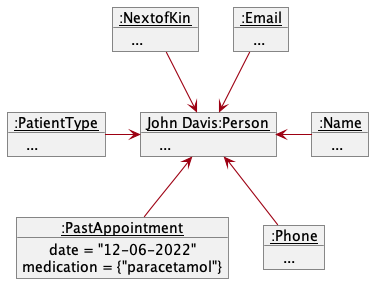
Before: docs/images/AppointmentObjectDiagramWithPastAppt.png, a diagram exported from PlantUML (nus-cs2103-AY2223S1/tp).
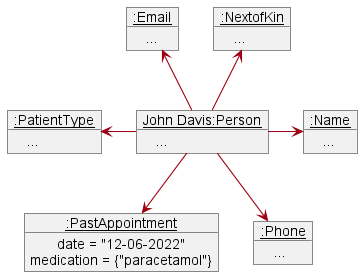
The same file after the commit.

The edit, as a diff of the source:
```diff
@@ -25,10 +25,10 @@
 PastAppointment : date = "12-06-2022"
 PastAppointment : medication = {"paracetamol"}
 
-Name -left-> John
-Phone -up-> John
-NextofKin -down-> John
-PatientType -right-> John
-Email -down-> John
-PastAppointment -up-> John
+John -right-> Name
+John -down-> Phone
+John -up-> NextofKin
+John -left-> PatientType
+John -up-> Email
+John -down-> PastAppointment
 @enduml
```
